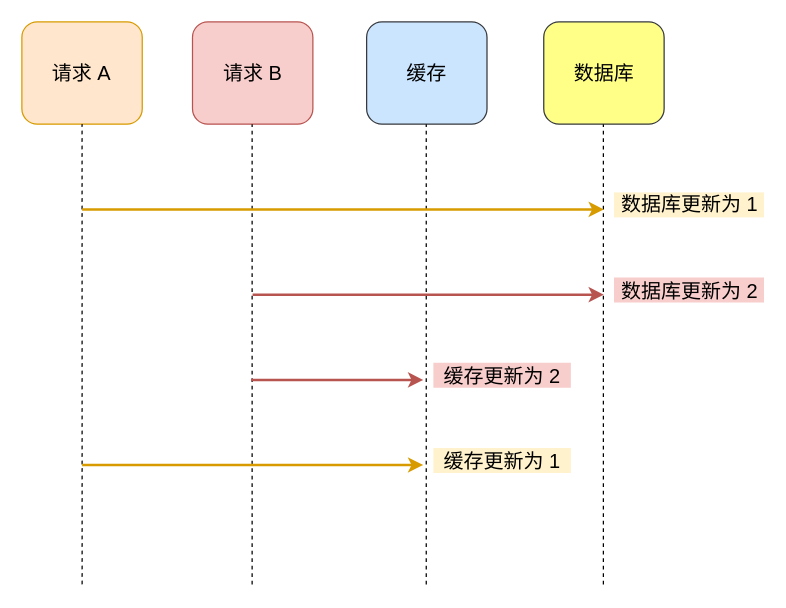
Earlier version of the draw.io diagram redis/缓存/缓存1-写写.drawio (xiaolincoder/ImageHost4). Source tidied: cells renumbered, new cells numbered last; positions are measured from the earlier drawing's top-left corner, leaving out a move shared by most shapes. Both pictures are drawn from the tidied source at 125%, with x=0, y=0 at pixel (21, 21).
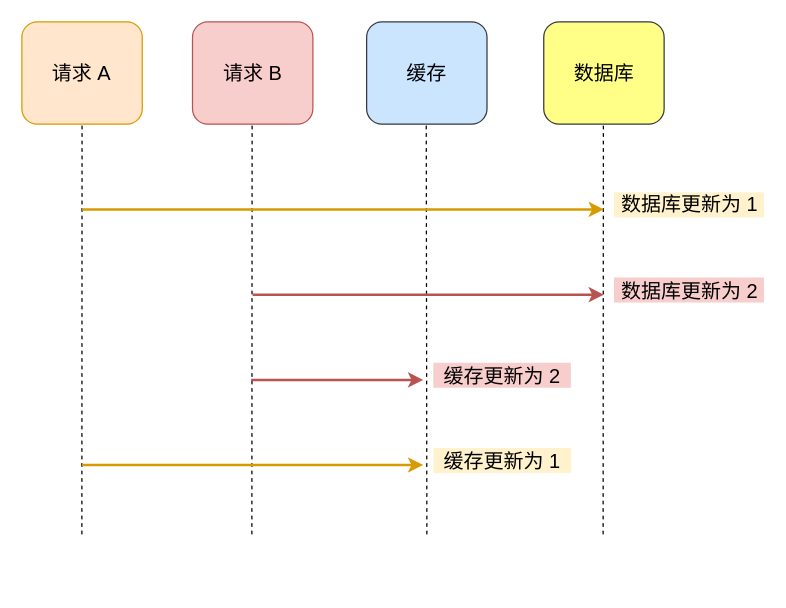
The same page after the edit.

Commit message (it also covers changes not shown here):
更新缓存1-写写.drawio

The edit, as a diff of the source:
```diff
@@
-    <mxCell id="2" style="group;" parent="1" vertex="1">
-      <mxGeometry width="570" height="450" as="geometry" />
-    </mxCell>
-    <mxCell id="3" value="请求 A" style="rounded=1;whiteSpace=wrap;html=1;fontSize=16;fillColor=#ffe6cc;strokeColor=#d79b00;" parent="2" vertex="1">
+    <mxCell id="3" value="请求 A" style="rounded=1;whiteSpace=wrap;html=1;fontSize=16;fillColor=#ffe6cc;strokeColor=#d79b00;" parent="1" vertex="1">
       <mxGeometry width="96.3" height="81.8" as="geometry" />
     </mxCell>
-    <mxCell id="4" value="请求 B" style="rounded=1;whiteSpace=wrap;html=1;fontSize=16;fillColor=#f8cecc;strokeColor=#b85450;" parent="2" vertex="1">
+    <mxCell id="4" value="请求 B" style="rounded=1;whiteSpace=wrap;html=1;fontSize=16;fillColor=#f8cecc;strokeColor=#b85450;" parent="1" vertex="1">
       <mxGeometry x="136.5" width="96.3" height="81.8" as="geometry" />
     </mxCell>
-    <mxCell id="5" value="缓存" style="rounded=1;whiteSpace=wrap;html=1;fontSize=16;fillColor=#cce5ff;strokeColor=#36393d;" parent="2" vertex="1">
+    <mxCell id="5" value="缓存" style="rounded=1;whiteSpace=wrap;html=1;fontSize=16;fillColor=#cce5ff;strokeColor=#36393d;" parent="1" vertex="1">
       <mxGeometry x="275.8" width="96.3" height="81.8" as="geometry" />
     </mxCell>
-    <mxCell id="6" value="数据库" style="rounded=1;whiteSpace=wrap;html=1;fontSize=16;fillColor=#ffff88;strokeColor=#36393d;" parent="2" vertex="1">
+    <mxCell id="6" value="数据库" style="rounded=1;whiteSpace=wrap;html=1;fontSize=16;fillColor=#ffff88;strokeColor=#36393d;" parent="1" vertex="1">
       <mxGeometry x="417.5" width="96.3" height="81.8" as="geometry" />
     </mxCell>
-    <mxCell id="7" style="endArrow=none;html=1;fontSize=16;entryX=0.5;entryY=1;entryDx=0;entryDy=0;dashed=1;" parent="2" edge="1" target="3">
-      <mxGeometry relative="1" as="geometry">
-        <mxPoint x="48.2" y="450" as="sourcePoint" />
+    <mxCell id="7" style="endArrow=none;html=1;fontSize=16;entryX=0.5;entryY=1;entryDx=0;entryDy=0;dashed=1;" parent="1" edge="1" target="3">
+      <mxGeometry x="70" y="150" as="geometry">
+        <mxPoint x="48" y="410" as="sourcePoint" />
       </mxGeometry>
     </mxCell>
-    <mxCell id="8" style="endArrow=none;html=1;fontSize=16;entryX=0.5;entryY=1;entryDx=0;entryDy=0;dashed=1;" parent="2" edge="1">
-      <mxGeometry relative="1" as="geometry">
-        <mxPoint x="184.2" y="450" as="sourcePoint" />
+    <mxCell id="8" style="endArrow=none;html=1;fontSize=16;entryX=0.5;entryY=1;entryDx=0;entryDy=0;dashed=1;" parent="1" edge="1">
+      <mxGeometry x="70" y="150" as="geometry">
+        <mxPoint x="184" y="410" as="sourcePoint" />
         <mxPoint x="184.2" y="81.8" as="targetPoint" />
       </mxGeometry>
     </mxCell>
-    <mxCell id="9" style="endArrow=none;html=1;fontSize=16;entryX=0.5;entryY=1;entryDx=0;entryDy=0;dashed=1;" parent="2" edge="1">
-      <mxGeometry relative="1" as="geometry">
-        <mxPoint x="323.5" y="450" as="sourcePoint" />
+    <mxCell id="9" style="endArrow=none;html=1;fontSize=16;entryX=0.5;entryY=1;entryDx=0;entryDy=0;dashed=1;" parent="1" edge="1">
+      <mxGeometry x="70" y="150" as="geometry">
+        <mxPoint x="324" y="410" as="sourcePoint" />
         <mxPoint x="323.5" y="81.8" as="targetPoint" />
       </mxGeometry>
     </mxCell>
-    <mxCell id="10" style="endArrow=none;html=1;fontSize=16;entryX=0.5;entryY=1;entryDx=0;entryDy=0;dashed=1;" parent="2" edge="1">
-      <mxGeometry relative="1" as="geometry">
-        <mxPoint x="465.2" y="450" as="sourcePoint" />
+    <mxCell id="10" style="endArrow=none;html=1;fontSize=16;entryX=0.5;entryY=1;entryDx=0;entryDy=0;dashed=1;" parent="1" edge="1">
+      <mxGeometry x="70" y="150" as="geometry">
+        <mxPoint x="465" y="410" as="sourcePoint" />
         <mxPoint x="465.2" y="81.8" as="targetPoint" />
       </mxGeometry>
     </mxCell>
-    <mxCell id="11" style="endArrow=classic;html=1;fontSize=16;fillColor=#ffcd28;strokeColor=#d79b00;gradientColor=#ffa500;strokeWidth=2;" parent="2" edge="1">
-      <mxGeometry relative="1" as="geometry">
+    <mxCell id="11" style="endArrow=classic;html=1;fontSize=16;fillColor=#ffcd28;strokeColor=#d79b00;gradientColor=#ffa500;strokeWidth=2;" parent="1" edge="1">
+      <mxGeometry x="70" y="150" as="geometry">
         <mxPoint x="48.2" y="150" as="sourcePoint" />
         <mxPoint x="465.6" y="150" as="targetPoint" />
       </mxGeometry>
     </mxCell>
-    <mxCell id="12" value="数据库更新为 1" style="text;html=1;align=center;verticalAlign=middle;fillColor=#fff2cc;fontSize=16;" parent="2" vertex="1">
+    <mxCell id="12" value="数据库更新为 1" style="text;html=1;align=center;verticalAlign=middle;fillColor=#fff2cc;fontSize=16;" parent="1" vertex="1">
       <mxGeometry x="473.7" y="136.4" width="120" height="20" as="geometry" />
     </mxCell>
-    <mxCell id="13" style="endArrow=classic;html=1;fontSize=16;strokeWidth=2;gradientColor=#ea6b66;fillColor=#f8cecc;strokeColor=#b85450;" parent="2" edge="1">
-      <mxGeometry relative="1" as="geometry">
+    <mxCell id="13" style="endArrow=classic;html=1;fontSize=16;strokeWidth=2;gradientColor=#ea6b66;fillColor=#f8cecc;strokeColor=#b85450;" parent="1" edge="1">
+      <mxGeometry x="70" y="150" as="geometry">
         <mxPoint x="184.6" y="218.2" as="sourcePoint" />
         <mxPoint x="465.6" y="218.2" as="targetPoint" />
       </mxGeometry>
     </mxCell>
-    <mxCell id="14" value="数据库更新为 2" style="text;html=1;align=center;verticalAlign=middle;fillColor=#f8cecc;fontSize=16;" parent="2" vertex="1">
+    <mxCell id="14" value="数据库更新为 2" style="text;html=1;align=center;verticalAlign=middle;fillColor=#f8cecc;fontSize=16;" parent="1" vertex="1">
       <mxGeometry x="473.7" y="204.5" width="120" height="20" as="geometry" />
     </mxCell>
-    <mxCell id="15" style="endArrow=classic;html=1;fontSize=16;strokeWidth=2;gradientColor=#ea6b66;fillColor=#f8cecc;strokeColor=#b85450;" parent="2" edge="1">
-      <mxGeometry relative="1" as="geometry">
+    <mxCell id="15" style="endArrow=classic;html=1;fontSize=16;strokeWidth=2;gradientColor=#ea6b66;fillColor=#f8cecc;strokeColor=#b85450;" parent="1" edge="1">
+      <mxGeometry x="70" y="150" as="geometry">
         <mxPoint x="183.4" y="286.4" as="sourcePoint" />
         <mxPoint x="321.1" y="286.4" as="targetPoint" />
       </mxGeometry>
     </mxCell>
-    <mxCell id="16" value="缓存更新为 2" style="text;html=1;align=center;verticalAlign=middle;fillColor=#f8cecc;fontSize=16;strokeWidth=2;" parent="2" vertex="1">
+    <mxCell id="16" value="缓存更新为 2" style="text;html=1;align=center;verticalAlign=middle;fillColor=#f8cecc;fontSize=16;strokeWidth=2;" parent="1" vertex="1">
       <mxGeometry x="329.2" y="272.7" width="110" height="20" as="geometry" />
     </mxCell>
-    <mxCell id="17" style="endArrow=classic;html=1;fontSize=16;strokeWidth=2;gradientColor=#ffa500;fillColor=#ffcd28;strokeColor=#d79b00;" parent="2" edge="1">
-      <mxGeometry relative="1" as="geometry">
+    <mxCell id="17" style="endArrow=classic;html=1;fontSize=16;strokeWidth=2;gradientColor=#ffa500;fillColor=#ffcd28;strokeColor=#d79b00;" parent="1" edge="1">
+      <mxGeometry x="70" y="150" as="geometry">
         <mxPoint x="48.2" y="354.5" as="sourcePoint" />
         <mxPoint x="321.1" y="354.5" as="targetPoint" />
       </mxGeometry>
     </mxCell>
-    <mxCell id="18" value="缓存更新为 1" style="text;html=1;align=center;verticalAlign=middle;fillColor=#fff2cc;fontSize=16;strokeWidth=2;" parent="2" vertex="1">
+    <mxCell id="18" value="缓存更新为 1" style="text;html=1;align=center;verticalAlign=middle;fillColor=#fff2cc;fontSize=16;strokeWidth=2;" parent="1" vertex="1">
       <mxGeometry x="329.2" y="340.9" width="110" height="20" as="geometry" />
     </mxCell>
```
